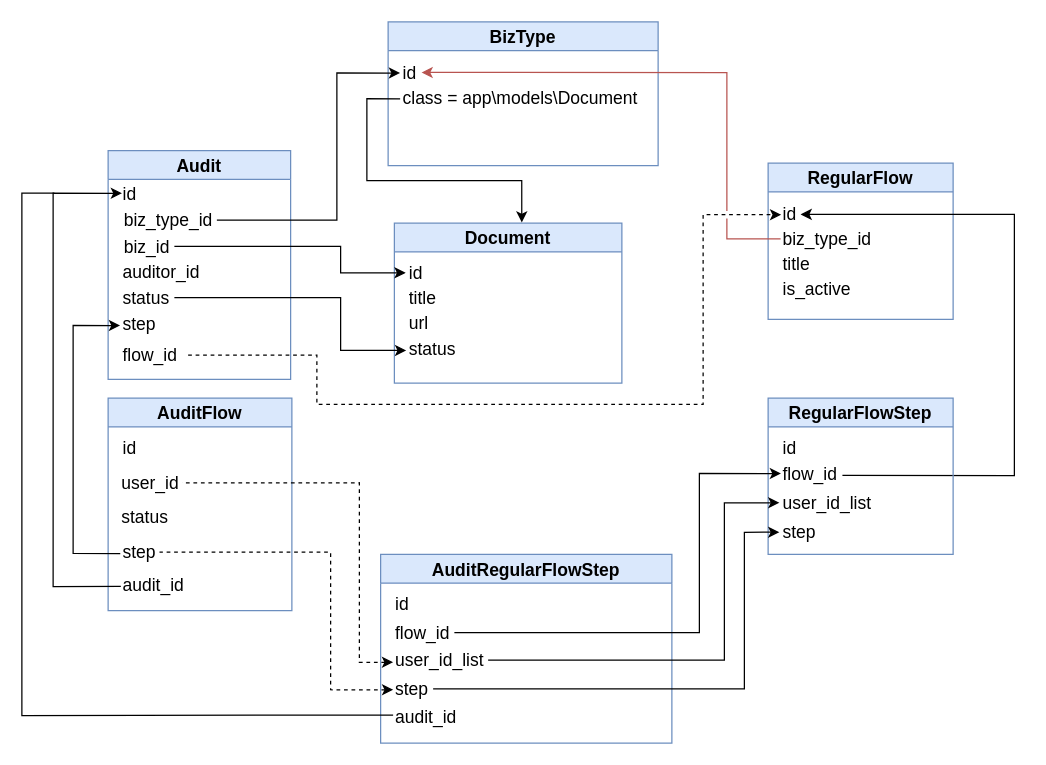
Earlier version of the draw.io diagram biz_audit_relation.drawio (icesyc/diagram). Source tidied: cells renumbered, new cells numbered last; positions are measured from the earlier drawing's top-left corner, leaving out a move shared by most shapes. Both pictures are drawn from the tidied source at 125%, with x=0, y=0 at pixel (21, 21).
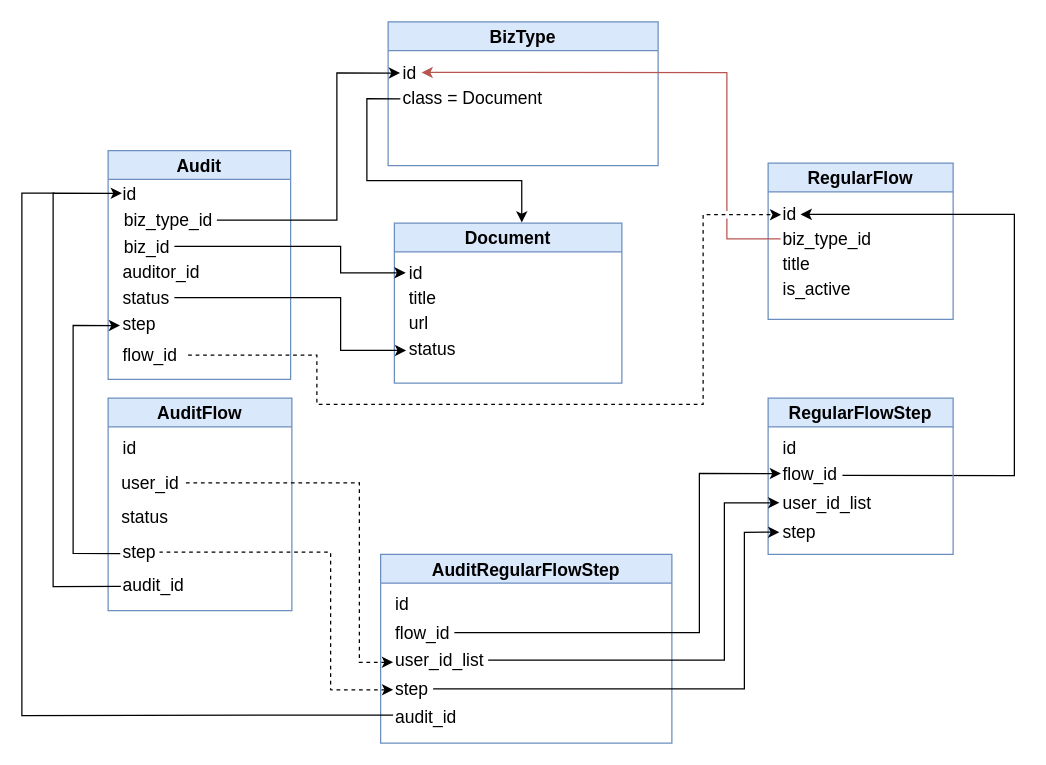
After the change.

The change refers to these unchanged cells:
```xml
<mxCell id="14" value="BizType" style="swimlane;fontSize=14;strokeColor=#6c8ebf;fillColor=#dae8fc;" parent="1" vertex="1">
  <mxGeometry x="293" width="216" height="115" as="geometry" />
</mxCell>
```

Diff of the diagram source:
```diff
@@
-    <mxCell id="16" value="class = app\models\Document" style="text;html=1;align=left;verticalAlign=middle;points=[];strokeColor=none;fillColor=none;fontSize=14;flipH=0;spacingRight=-5;" parent="14" vertex="1">
-      <mxGeometry x="10" y="50" width="193" height="21" as="geometry" />
+    <mxCell id="16" value="class = Document" style="text;html=1;align=left;verticalAlign=middle;points=[];strokeColor=none;fillColor=none;fontSize=14;flipH=0;spacingRight=-5;" parent="14" vertex="1">
+      <mxGeometry x="10" y="50" width="117" height="21" as="geometry" />
     </mxCell>
```
